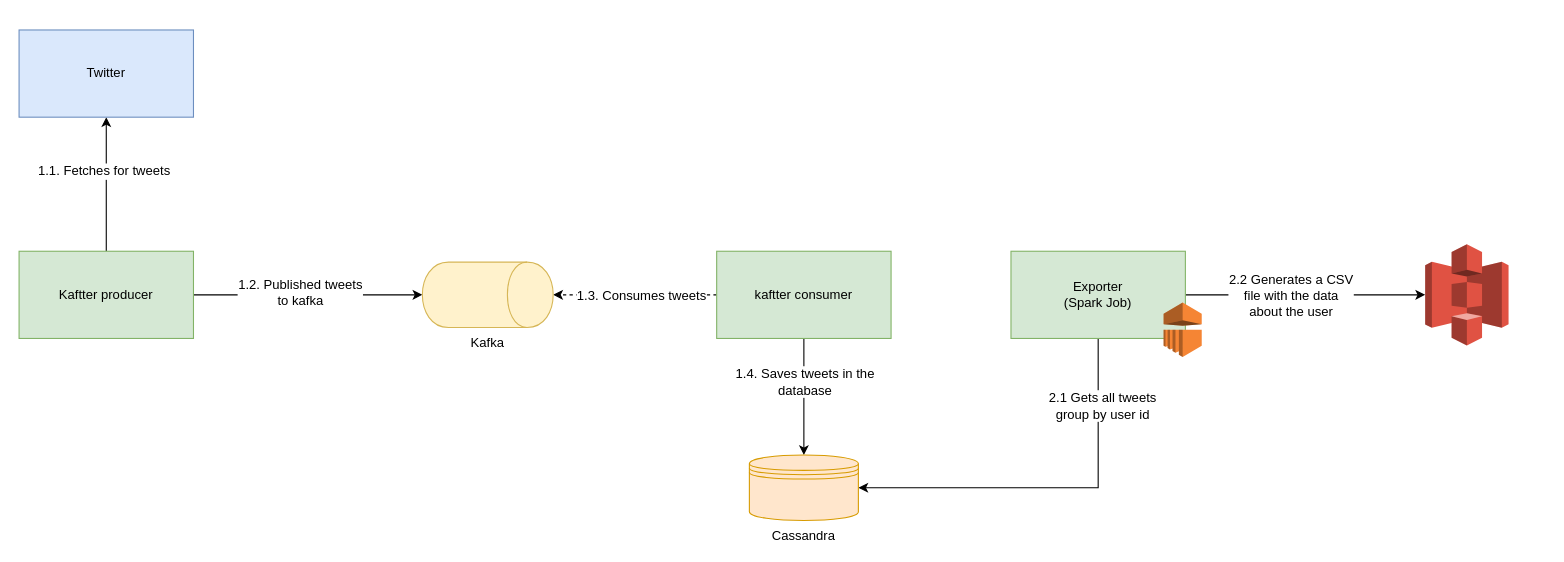
Earlier version of the draw.io diagram docs/kaftter.drawio (3ldr0n/kaftter). Source tidied: cells renumbered, new cells numbered last; positions are measured from the earlier drawing's top-left corner, leaving out a move shared by most shapes. Both pictures are drawn from the tidied source at 109%, with x=0, y=0 at pixel (19, 29).
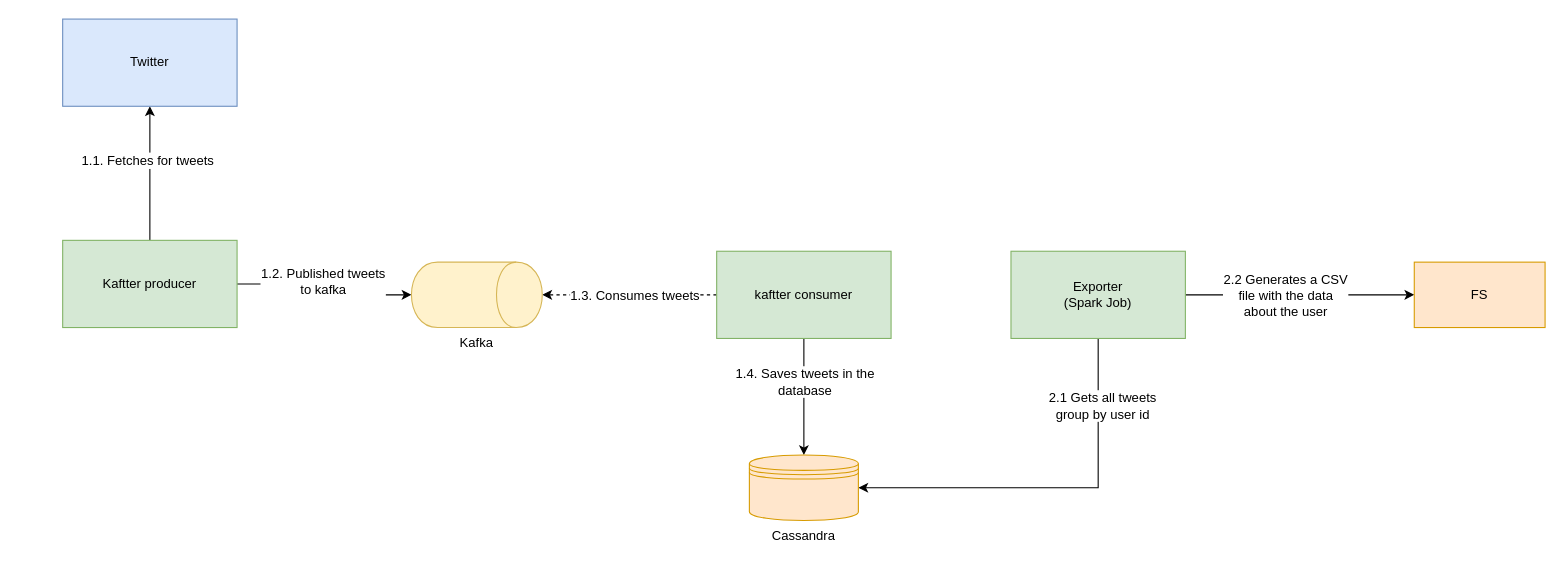
The same diagram, later.

Commit message (it also covers changes not shown here):
#15 Update architecture diagram

Unchanged cells that the change refers to:
```xml
<mxCell id="16" value="Exporter&lt;br&gt;(Spark Job)" style="rounded=0;whiteSpace=wrap;html=1;fillColor=#d5e8d4;strokeColor=#82b366;" parent="1" vertex="1">
  <mxGeometry x="910" y="203" width="160" height="80" as="geometry" />
</mxCell>
```

The edit, as a diff of the source:
```diff
@@
     <mxCell id="6" value="Kaftter producer" style="rounded=0;whiteSpace=wrap;html=1;fillColor=#d5e8d4;strokeColor=#82b366;" parent="1" vertex="1">
-      <mxGeometry y="203" width="160" height="80" as="geometry" />
+      <mxGeometry x="40" y="193" width="160" height="80" as="geometry" />
     </mxCell>
@@
-    <mxCell id="14" style="edgeStyle=orthogonalEdgeStyle;rounded=0;jettySize=auto;html=1;" parent="1" edge="1" source="16" target="19">
+    <mxCell id="14" style="edgeStyle=orthogonalEdgeStyle;rounded=0;jettySize=auto;html=1;entryX=0;entryY=0.5;entryDx=0;entryDy=0;" parent="1" edge="1" source="16" target="22">
       <mxGeometry relative="1" as="geometry" />
     </mxCell>
@@
     <mxCell id="17" value="Kafka" style="shape=cylinder;whiteSpace=wrap;html=1;boundedLbl=1;backgroundOutline=1;direction=south;labelPosition=center;verticalLabelPosition=bottom;align=center;verticalAlign=top;fillColor=#fff2cc;strokeColor=#d6b656;" parent="1" vertex="1">
-      <mxGeometry x="370" y="213" width="120" height="60" as="geometry" />
+      <mxGeometry x="360" y="213" width="120" height="60" as="geometry" />
     </mxCell>
@@
-    <mxCell id="19" style="outlineConnect=0;dashed=0;verticalLabelPosition=bottom;verticalAlign=top;align=center;html=1;shape=mxgraph.aws3.s3;fillColor=#E05243;gradientColor=none;" parent="1" vertex="1">
-      <mxGeometry x="1290" y="196.5" width="76.5" height="93" as="geometry" />
-    </mxCell>
     <mxCell id="20" value="Twitter" style="rounded=0;whiteSpace=wrap;html=1;fillColor=#dae8fc;strokeColor=#6c8ebf;" parent="1" vertex="1">
-      <mxGeometry width="160" height="80" as="geometry" />
+      <mxGeometry x="40" y="-10" width="160" height="80" as="geometry" />
     </mxCell>
-    <mxCell id="21" style="dashed=0;verticalLabelPosition=bottom;verticalAlign=top;align=center;html=1;shape=mxgraph.aws3.emr;fillColor=#F58534;gradientColor=none;" parent="1" vertex="1">
-      <mxGeometry x="1050" y="250" width="35" height="50" as="geometry" />
-    </mxCell>
+    <mxCell id="22" value="FS" style="rounded=0;whiteSpace=wrap;html=1;fillColor=#ffe6cc;strokeColor=#d79b00;" parent="1" vertex="1">
+      <mxGeometry x="1280" y="213" width="120" height="60" as="geometry" />
+    </mxCell>
```
